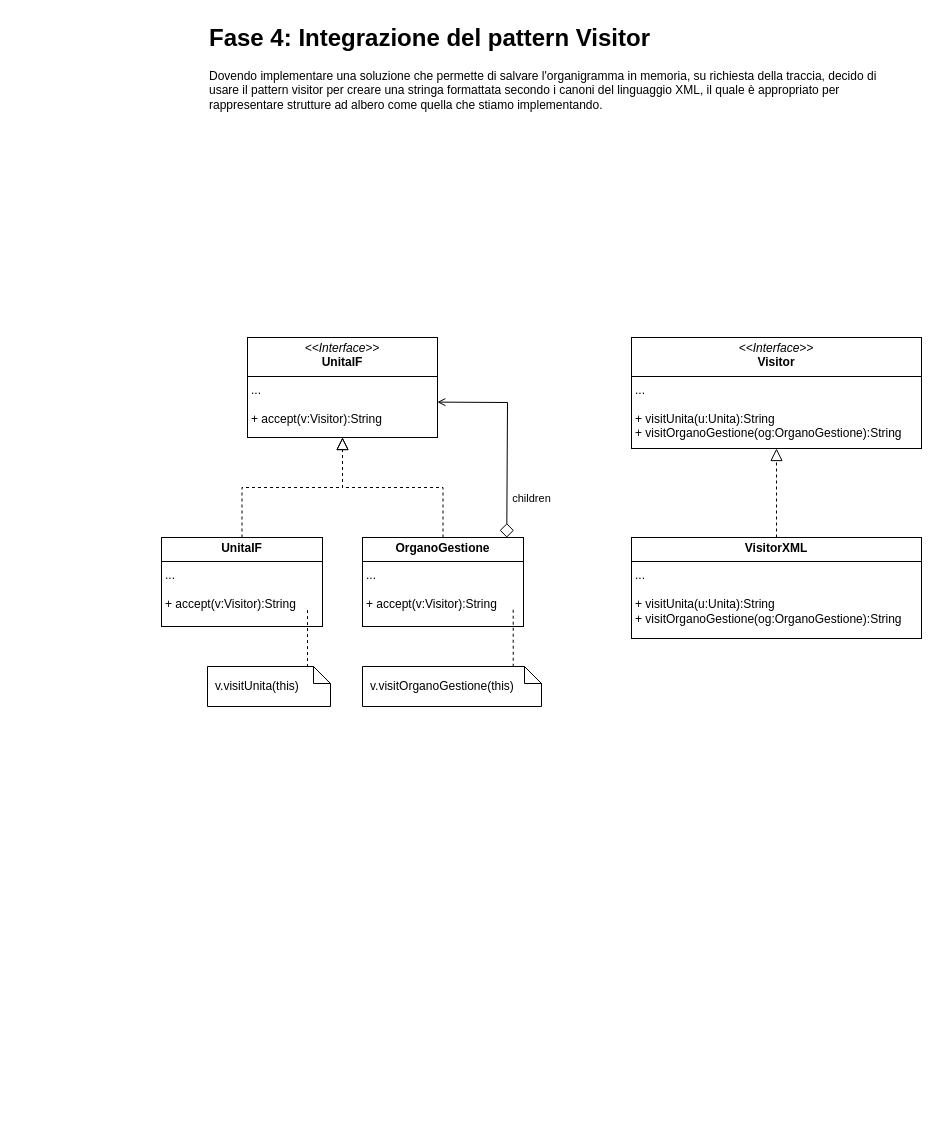
This is page "Parte 4 - Pattern Visitor" (4 of 8) of organigramma-aziendale.drawio from riccardo-florio/organigramma_aziendale, a draw.io file, before an edit. Source tidied: cells renumbered, new cells numbered last; positions are measured from the earlier drawing's top-left corner, leaving out a move shared by most shapes. Both pictures are drawn from the tidied source at 100%, with x=0, y=0 at pixel (161, 17).
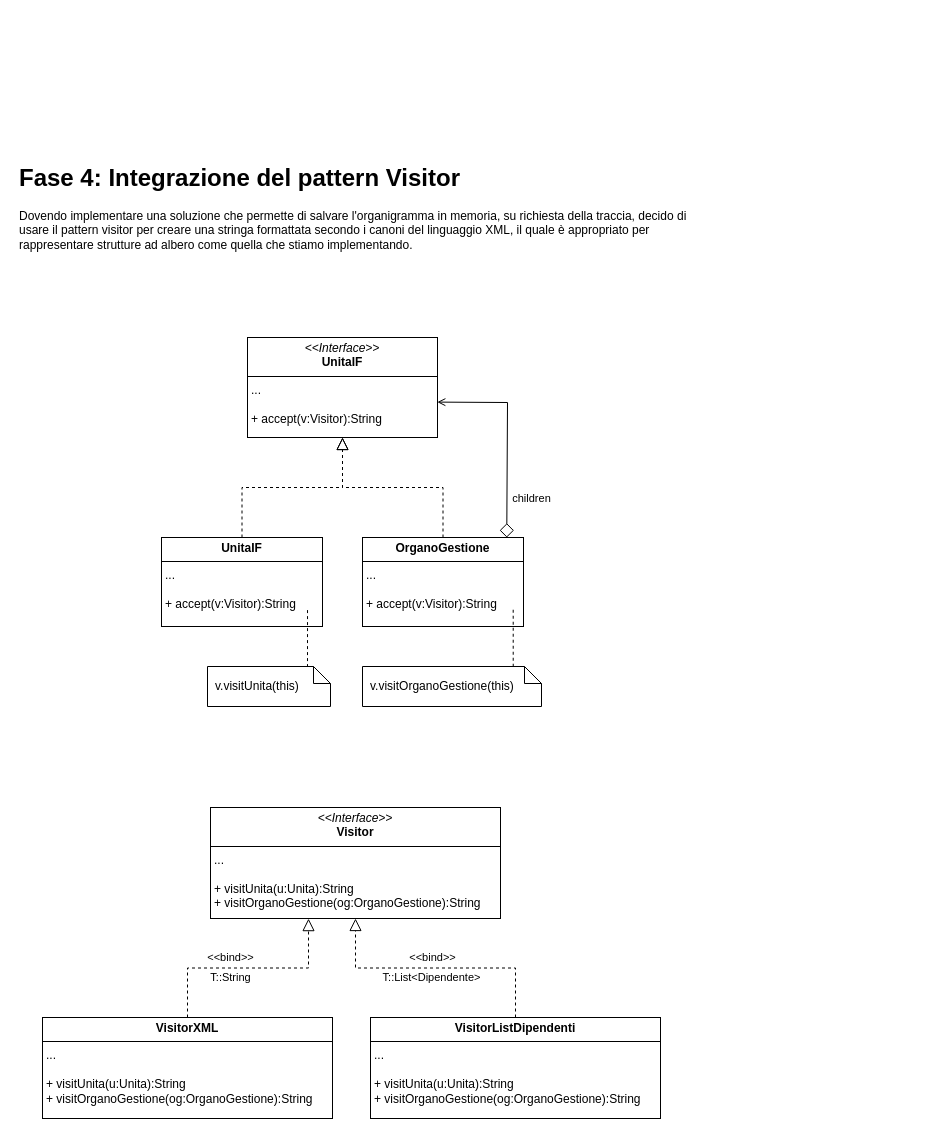
Above is the later version.

Diff of the diagram source:
```diff
@@
     <mxCell id="2" value="&lt;h1 style=&quot;margin-top: 0px;&quot;&gt;Fase 4: Integrazione del pattern Visitor&lt;/h1&gt;&lt;p&gt;Dovendo&amp;nbsp;&lt;span style=&quot;background-color: initial;&quot;&gt;implementare una soluzione che permette di salvare l'organigramma in memoria&lt;/span&gt;&lt;span style=&quot;background-color: initial;&quot;&gt;, su richiesta della traccia, decido di usare il pattern visitor per creare una stringa formattata secondo i canoni del linguaggio XML, il quale è appropriato per rappresentare strutture ad albero come quella che stiamo implementando.&lt;/span&gt;&lt;/p&gt;" style="text;html=1;whiteSpace=wrap;overflow=hidden;rounded=0;" parent="1" vertex="1">
-      <mxGeometry x="46" width="680" height="120" as="geometry" />
+      <mxGeometry x="-144" y="140" width="680" height="120" as="geometry" />
     </mxCell>
@@
     <mxCell id="10" value="&lt;p style=&quot;margin:0px;margin-top:4px;text-align:center;&quot;&gt;&lt;i&gt;&amp;lt;&amp;lt;Interface&amp;gt;&amp;gt;&lt;/i&gt;&lt;br&gt;&lt;b&gt;Visitor&lt;/b&gt;&lt;/p&gt;&lt;hr size=&quot;1&quot; style=&quot;border-style:solid;&quot;&gt;&lt;p style=&quot;margin:0px;margin-left:4px;&quot;&gt;&lt;/p&gt;&lt;p style=&quot;margin:0px;margin-left:4px;&quot;&gt;...&lt;/p&gt;&lt;p style=&quot;margin:0px;margin-left:4px;&quot;&gt;&lt;br&gt;&lt;/p&gt;&lt;p style=&quot;margin:0px;margin-left:4px;&quot;&gt;+ visitUnita(u:Unita):String&lt;/p&gt;&lt;p style=&quot;margin:0px;margin-left:4px;&quot;&gt;+ visitOrganoGestione(og:OrganoGestione):String&lt;/p&gt;" style="verticalAlign=top;align=left;overflow=fill;html=1;whiteSpace=wrap;" parent="1" vertex="1">
-      <mxGeometry x="470" y="320" width="290" height="111" as="geometry" />
+      <mxGeometry x="49" y="790" width="290" height="111" as="geometry" />
     </mxCell>
-    <mxCell id="11" style="edgeStyle=orthogonalEdgeStyle;rounded=0;jettySize=auto;html=1;entryX=0.5;entryY=1;entryDx=0;entryDy=0;endArrow=block;endFill=0;dashed=1;endSize=10;" parent="1" edge="1" source="12" target="10">
+    <mxCell id="11" style="edgeStyle=orthogonalEdgeStyle;rounded=0;jettySize=auto;html=1;entryX=0.338;entryY=1.001;entryDx=0;entryDy=0;endArrow=block;endFill=0;dashed=1;endSize=10;entryPerimeter=0;" parent="1" edge="1" source="12" target="10">
       <mxGeometry relative="1" as="geometry" />
     </mxCell>
+    <mxCell id="17" value="&amp;lt;&amp;lt;bind&amp;gt;&amp;gt;" style="edgeLabel;html=1;align=center;verticalAlign=middle;" parent="11" vertex="1">
+      <mxGeometry x="-0.16" relative="1" as="geometry">
+        <mxPoint y="-11" as="offset" />
+      </mxGeometry>
+    </mxCell>
+    <mxCell id="18" value="T::String" style="edgeLabel;html=1;align=center;verticalAlign=middle;" parent="11" vertex="1">
+      <mxGeometry x="-0.08" y="-1" relative="1" as="geometry">
+        <mxPoint x="-9" y="8" as="offset" />
+      </mxGeometry>
+    </mxCell>
     <mxCell id="12" value="&lt;p style=&quot;margin:0px;margin-top:4px;text-align:center;&quot;&gt;&lt;b&gt;VisitorXML&lt;/b&gt;&lt;/p&gt;&lt;hr size=&quot;1&quot; style=&quot;border-style:solid;&quot;&gt;&lt;p style=&quot;margin:0px;margin-left:4px;&quot;&gt;&lt;/p&gt;&lt;p style=&quot;margin:0px;margin-left:4px;&quot;&gt;...&lt;/p&gt;&lt;p style=&quot;margin:0px;margin-left:4px;&quot;&gt;&lt;br&gt;&lt;/p&gt;&lt;p style=&quot;margin:0px;margin-left:4px;&quot;&gt;+ visitUnita(u:Unita):String&lt;/p&gt;&lt;p style=&quot;margin:0px;margin-left:4px;&quot;&gt;+ visitOrganoGestione(og:OrganoGestione):String&lt;/p&gt;" style="verticalAlign=top;align=left;overflow=fill;html=1;whiteSpace=wrap;" parent="1" vertex="1">
-      <mxGeometry x="470" y="520" width="290" height="101" as="geometry" />
+      <mxGeometry x="-119" y="1000" width="290" height="101" as="geometry" />
     </mxCell>
@@
+    <mxCell id="19" value="&lt;p style=&quot;margin:0px;margin-top:4px;text-align:center;&quot;&gt;&lt;b&gt;VisitorListDipendenti&lt;/b&gt;&lt;/p&gt;&lt;hr size=&quot;1&quot; style=&quot;border-style:solid;&quot;&gt;&lt;p style=&quot;margin:0px;margin-left:4px;&quot;&gt;&lt;/p&gt;&lt;p style=&quot;margin:0px;margin-left:4px;&quot;&gt;...&lt;/p&gt;&lt;p style=&quot;margin:0px;margin-left:4px;&quot;&gt;&lt;br&gt;&lt;/p&gt;&lt;p style=&quot;margin:0px;margin-left:4px;&quot;&gt;+ visitUnita(u:Unita):String&lt;/p&gt;&lt;p style=&quot;margin:0px;margin-left:4px;&quot;&gt;+ visitOrganoGestione(og:OrganoGestione):String&lt;/p&gt;" style="verticalAlign=top;align=left;overflow=fill;html=1;whiteSpace=wrap;" parent="1" vertex="1">
+      <mxGeometry x="209" y="1000" width="290" height="101" as="geometry" />
+    </mxCell>
+    <mxCell id="20" style="edgeStyle=orthogonalEdgeStyle;rounded=0;jettySize=auto;html=1;entryX=0.5;entryY=1;entryDx=0;entryDy=0;endArrow=block;endFill=0;dashed=1;endSize=10;exitX=0.5;exitY=0;exitDx=0;exitDy=0;" parent="1" edge="1" source="19" target="10">
+      <mxGeometry relative="1" as="geometry" />
+    </mxCell>
+    <mxCell id="21" value="&amp;lt;&amp;lt;bind&amp;gt;&amp;gt;" style="edgeLabel;html=1;align=center;verticalAlign=middle;" parent="20" vertex="1">
+      <mxGeometry x="0.03" y="2" relative="1" as="geometry">
+        <mxPoint y="-13" as="offset" />
+      </mxGeometry>
+    </mxCell>
+    <mxCell id="22" value="T::List&amp;lt;Dipendente&amp;gt;" style="edgeLabel;html=1;align=center;verticalAlign=middle;" parent="20" vertex="1">
+      <mxGeometry x="-0.11" y="1" relative="1" as="geometry">
+        <mxPoint x="-19" y="8" as="offset" />
+      </mxGeometry>
+    </mxCell>
```
